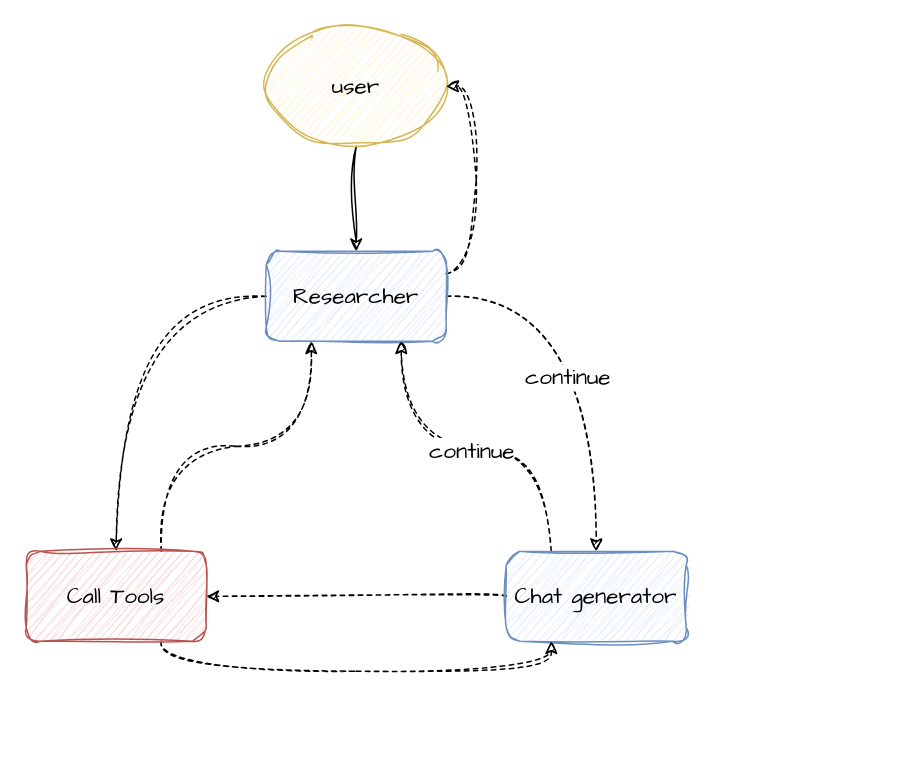
Earlier version of the draw.io diagram ai/agent_design.drawio (thebesteric/draw.io). Source tidied: cells renumbered, new cells numbered last; positions are measured from the earlier drawing's top-left corner, leaving out a move shared by most shapes. Both pictures are drawn from the tidied source at 150%, with x=0, y=0 at pixel (26, 26).
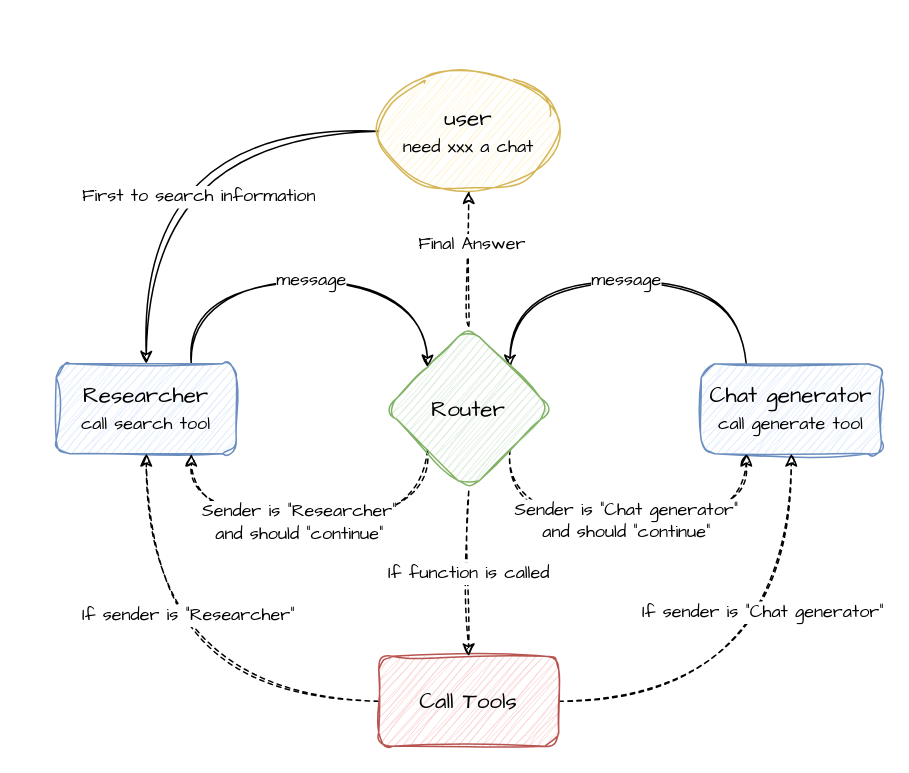
Above is the later version.

Diff of the diagram source:
```diff
@@
-    <mxCell id="2" style="edgeStyle=orthogonalEdgeStyle;rounded=0;jettySize=auto;html=1;curved=1;sketch=1;curveFitting=1;jiggle=2;" parent="1" edge="1" source="3" target="8">
-      <mxGeometry relative="1" as="geometry">
-        <Array as="points">
-          <mxPoint x="220" y="110" />
-          <mxPoint x="220" y="110" />
-        </Array>
-      </mxGeometry>
+    <mxCell id="2" style="edgeStyle=orthogonalEdgeStyle;rounded=0;jettySize=auto;html=1;exitX=0;exitY=0.5;exitDx=0;exitDy=0;entryX=0.5;entryY=0;entryDx=0;entryDy=0;fontFamily=Comic Sans MS;curved=1;sketch=1;curveFitting=1;jiggle=2;" parent="1" edge="1" source="3" target="8">
+      <mxGeometry relative="1" as="geometry" />
     </mxCell>
+    <mxCell id="16" value="First to search information" style="edgeLabel;html=1;align=center;verticalAlign=middle;fontFamily=Comic Sans MS;fontSize=12;" parent="2" vertex="1">
+      <mxGeometry x="0.28" y="34" relative="1" as="geometry" />
+    </mxCell>
-    <mxCell id="3" value="user" style="ellipse;whiteSpace=wrap;html=1;fontFamily=Comic Sans MS;fontSize=15;sketch=1;curveFitting=1;jiggle=2;fillColor=#fff2cc;strokeColor=#d6b656;" parent="1" vertex="1">
-      <mxGeometry x="160" width="120" height="80" as="geometry" />
+    <mxCell id="3" value="user&lt;div&gt;&lt;font style=&quot;font-size: 12px;&quot;&gt;need xxx a chat&lt;/font&gt;&lt;/div&gt;" style="ellipse;whiteSpace=wrap;html=1;fontFamily=Comic Sans MS;fontSize=15;sketch=1;curveFitting=1;jiggle=2;fillColor=#fff2cc;strokeColor=#d6b656;" parent="1" vertex="1">
+      <mxGeometry x="235" y="30" width="120" height="80" as="geometry" />
     </mxCell>
-    <mxCell id="4" style="edgeStyle=orthogonalEdgeStyle;rounded=0;jettySize=auto;html=1;curved=1;sketch=1;curveFitting=1;jiggle=2;dashed=1;" parent="1" edge="1" source="8" target="15">
-      <mxGeometry relative="1" as="geometry" />
-    </mxCell>
-    <mxCell id="5" style="edgeStyle=orthogonalEdgeStyle;rounded=0;jettySize=auto;html=1;dashed=1;sketch=1;curveFitting=1;jiggle=2;curved=1;" parent="1" edge="1" source="8" target="12">
-      <mxGeometry relative="1" as="geometry" />
-    </mxCell>
-    <mxCell id="6" value="continue" style="edgeLabel;html=1;align=center;verticalAlign=middle;fontFamily=Comic Sans MS;fontSize=15;" parent="5" vertex="1">
-      <mxGeometry x="0.13" y="-20" relative="1" as="geometry" />
-    </mxCell>
-    <mxCell id="7" style="edgeStyle=orthogonalEdgeStyle;rounded=0;jettySize=auto;html=1;exitX=1;exitY=0.25;exitDx=0;exitDy=0;entryX=1;entryY=0.5;entryDx=0;entryDy=0;sketch=1;curveFitting=1;jiggle=2;curved=1;dashed=1;" parent="1" edge="1" source="8" target="3">
-      <mxGeometry relative="1" as="geometry" />
-    </mxCell>
+    <mxCell id="17" value="message" style="edgeStyle=orthogonalEdgeStyle;rounded=0;jettySize=auto;html=1;exitX=0.75;exitY=0;exitDx=0;exitDy=0;entryX=0;entryY=0;entryDx=0;entryDy=0;curved=1;sketch=1;curveFitting=1;jiggle=2;fontFamily=Comic Sans MS;fontSize=12;" parent="1" edge="1" source="8" target="28">
+      <mxGeometry relative="1" as="geometry">
+        <Array as="points">
+          <mxPoint x="110" y="170" />
+          <mxPoint x="268" y="170" />
+        </Array>
+      </mxGeometry>
+    </mxCell>
-    <mxCell id="8" value="Researcher" style="rounded=1;whiteSpace=wrap;html=1;fontFamily=Comic Sans MS;fontSize=15;sketch=1;curveFitting=1;jiggle=2;fillColor=#dae8fc;strokeColor=#6c8ebf;" parent="1" vertex="1">
-      <mxGeometry x="160" y="150" width="120" height="60" as="geometry" />
+    <mxCell id="8" value="Researcher&lt;div&gt;&lt;font style=&quot;font-size: 12px;&quot;&gt;call search tool&lt;/font&gt;&lt;/div&gt;" style="rounded=1;whiteSpace=wrap;html=1;fontFamily=Comic Sans MS;fontSize=15;sketch=1;curveFitting=1;jiggle=2;fillColor=#dae8fc;strokeColor=#6c8ebf;" parent="1" vertex="1">
+      <mxGeometry x="20" y="225" width="120" height="60" as="geometry" />
     </mxCell>
-    <mxCell id="9" style="edgeStyle=orthogonalEdgeStyle;rounded=0;jettySize=auto;html=1;exitX=0.25;exitY=0;exitDx=0;exitDy=0;entryX=0.75;entryY=1;entryDx=0;entryDy=0;curved=1;dashed=1;sketch=1;curveFitting=1;jiggle=2;" parent="1" edge="1" source="12" target="8">
-      <mxGeometry relative="1" as="geometry" />
-    </mxCell>
-    <mxCell id="10" value="&lt;font style=&quot;font-size: 15px;&quot;&gt;continue&lt;/font&gt;" style="edgeLabel;html=1;align=center;verticalAlign=middle;fontFamily=Comic Sans MS;" parent="9" vertex="1">
-      <mxGeometry x="0.03" y="2" relative="1" as="geometry" />
-    </mxCell>
-    <mxCell id="11" style="edgeStyle=orthogonalEdgeStyle;rounded=0;jettySize=auto;html=1;entryX=1;entryY=0.5;entryDx=0;entryDy=0;dashed=1;sketch=1;curveFitting=1;jiggle=2;curved=1;" parent="1" edge="1" source="12" target="15">
-      <mxGeometry relative="1" as="geometry" />
-    </mxCell>
+    <mxCell id="18" value="message" style="edgeStyle=orthogonalEdgeStyle;rounded=0;jettySize=auto;html=1;exitX=0.25;exitY=0;exitDx=0;exitDy=0;entryX=1;entryY=0;entryDx=0;entryDy=0;curved=1;sketch=1;curveFitting=1;jiggle=2;fontFamily=Comic Sans MS;fontSize=12;" parent="1" edge="1" source="12" target="28">
+      <mxGeometry relative="1" as="geometry">
+        <Array as="points">
+          <mxPoint x="480" y="170" />
+          <mxPoint x="323" y="170" />
+        </Array>
+      </mxGeometry>
+    </mxCell>
-    <mxCell id="12" value="Chat generator" style="rounded=1;whiteSpace=wrap;html=1;fontFamily=Comic Sans MS;fontSize=15;sketch=1;curveFitting=1;jiggle=2;fillColor=#dae8fc;strokeColor=#6c8ebf;" parent="1" vertex="1">
-      <mxGeometry x="320" y="350" width="120" height="60" as="geometry" />
+    <mxCell id="12" value="Chat generator&lt;div&gt;&lt;font style=&quot;font-size: 12px;&quot;&gt;call generate tool&lt;/font&gt;&lt;/div&gt;" style="rounded=1;whiteSpace=wrap;html=1;fontFamily=Comic Sans MS;fontSize=15;sketch=1;curveFitting=1;jiggle=2;fillColor=#dae8fc;strokeColor=#6c8ebf;" parent="1" vertex="1">
+      <mxGeometry x="450" y="225" width="120" height="60" as="geometry" />
     </mxCell>
-    <mxCell id="13" style="edgeStyle=orthogonalEdgeStyle;rounded=0;jettySize=auto;html=1;exitX=0.75;exitY=0;exitDx=0;exitDy=0;entryX=0.25;entryY=1;entryDx=0;entryDy=0;curved=1;sketch=1;curveFitting=1;jiggle=2;dashed=1;" parent="1" edge="1" source="15" target="8">
+    <mxCell id="13" style="edgeStyle=orthogonalEdgeStyle;rounded=0;jettySize=auto;html=1;exitX=0;exitY=0.5;exitDx=0;exitDy=0;entryX=0.5;entryY=1;entryDx=0;entryDy=0;curved=1;dashed=1;sketch=1;curveFitting=1;jiggle=2;" parent="1" edge="1" source="15" target="8">
       <mxGeometry relative="1" as="geometry" />
     </mxCell>
+    <mxCell id="19" value="If sender is &quot;Researcher&quot;" style="edgeLabel;html=1;align=center;verticalAlign=middle;fontSize=12;fontFamily=Comic Sans MS;" parent="13" vertex="1">
+      <mxGeometry x="0.33" y="-27" relative="1" as="geometry" />
+    </mxCell>
-    <mxCell id="14" style="edgeStyle=orthogonalEdgeStyle;rounded=0;jettySize=auto;html=1;exitX=0.75;exitY=1;exitDx=0;exitDy=0;entryX=0.25;entryY=1;entryDx=0;entryDy=0;dashed=1;sketch=1;curveFitting=1;jiggle=2;curved=1;" parent="1" edge="1" source="15" target="12">
+    <mxCell id="14" style="edgeStyle=orthogonalEdgeStyle;rounded=0;jettySize=auto;html=1;exitX=1;exitY=0.5;exitDx=0;exitDy=0;curved=1;dashed=1;sketch=1;curveFitting=1;jiggle=2;" parent="1" edge="1" source="15" target="12">
       <mxGeometry relative="1" as="geometry" />
     </mxCell>
+    <mxCell id="20" value="If sender is &quot;Chat generator&quot;" style="edgeLabel;html=1;align=center;verticalAlign=middle;fontSize=12;fontFamily=Comic Sans MS;" parent="14" vertex="1">
+      <mxGeometry x="0.38" y="20" relative="1" as="geometry">
+        <mxPoint y="6" as="offset" />
+      </mxGeometry>
+    </mxCell>
     <mxCell id="15" value="Call Tools" style="rounded=1;whiteSpace=wrap;html=1;fontFamily=Comic Sans MS;fontSize=15;sketch=1;curveFitting=1;jiggle=2;fillColor=#f8cecc;strokeColor=#b85450;" parent="1" vertex="1">
-      <mxGeometry y="350" width="120" height="60" as="geometry" />
+      <mxGeometry x="235" y="420" width="120" height="60" as="geometry" />
     </mxCell>
+    <mxCell id="21" style="edgeStyle=orthogonalEdgeStyle;rounded=0;jettySize=auto;html=1;exitX=0;exitY=1;exitDx=0;exitDy=0;entryX=0.75;entryY=1;entryDx=0;entryDy=0;fontFamily=Comic Sans MS;curved=1;dashed=1;sketch=1;curveFitting=1;jiggle=2;" parent="1" edge="1" source="28" target="8">
+      <mxGeometry relative="1" as="geometry">
+        <Array as="points">
+          <mxPoint x="268" y="330" />
+          <mxPoint x="110" y="330" />
+        </Array>
+      </mxGeometry>
+    </mxCell>
+    <mxCell id="22" value="Sender is &quot;Researcher&quot;&lt;div&gt;and should &quot;continue&quot;&lt;/div&gt;" style="edgeLabel;html=1;align=center;verticalAlign=middle;fontSize=12;fontFamily=Comic Sans MS;" parent="21" vertex="1">
+      <mxGeometry x="0.07" relative="1" as="geometry" />
+    </mxCell>
+    <mxCell id="23" value="If function is called" style="edgeStyle=orthogonalEdgeStyle;rounded=0;jettySize=auto;html=1;curved=1;dashed=1;sketch=1;curveFitting=1;jiggle=2;fontSize=12;fontFamily=Comic Sans MS;" parent="1" edge="1" source="28" target="15">
+      <mxGeometry relative="1" as="geometry">
+        <Array as="points">
+          <mxPoint x="295" y="360" />
+          <mxPoint x="295" y="360" />
+        </Array>
+      </mxGeometry>
+    </mxCell>
+    <mxCell id="24" value="&lt;span style=&quot;font-family: &amp;quot;Comic Sans MS&amp;quot;; font-size: 12px;&quot;&gt;Sender is &quot;Chat generator&quot;&lt;/span&gt;&lt;div style=&quot;font-family: &amp;quot;Comic Sans MS&amp;quot;; font-size: 12px;&quot;&gt;and should &quot;continue&quot;&lt;/div&gt;" style="edgeStyle=orthogonalEdgeStyle;rounded=0;jettySize=auto;html=1;exitX=1;exitY=1;exitDx=0;exitDy=0;entryX=0.25;entryY=1;entryDx=0;entryDy=0;curved=1;sketch=1;curveFitting=1;jiggle=2;dashed=1;" parent="1" edge="1" source="28" target="12">
+      <mxGeometry relative="1" as="geometry">
+        <Array as="points">
+          <mxPoint x="323" y="330" />
+          <mxPoint x="480" y="330" />
+        </Array>
+      </mxGeometry>
+    </mxCell>
+    <mxCell id="25" style="edgeLabel;html=1;align=center;verticalAlign=middle;" parent="24" vertex="1">
+      <mxGeometry x="0.02" relative="1" as="geometry" />
+    </mxCell>
+    <mxCell id="26" style="edgeStyle=orthogonalEdgeStyle;rounded=0;jettySize=auto;html=1;exitX=0.5;exitY=0;exitDx=0;exitDy=0;dashed=1;curved=1;sketch=1;curveFitting=1;jiggle=2;" parent="1" edge="1" source="28" target="3">
+      <mxGeometry relative="1" as="geometry" />
+    </mxCell>
+    <mxCell id="27" value="Final Answer" style="edgeLabel;html=1;align=center;verticalAlign=middle;fontSize=12;fontFamily=Comic Sans MS;" parent="26" vertex="1">
+      <mxGeometry x="0.22" y="-1" relative="1" as="geometry" />
+    </mxCell>
+    <mxCell id="28" value="Router" style="rhombus;whiteSpace=wrap;html=1;rounded=1;fillColor=#d5e8d4;strokeColor=#82b366;sketch=1;curveFitting=1;jiggle=2;fontFamily=Comic Sans MS;fontSize=15;" parent="1" vertex="1">
+      <mxGeometry x="240" y="200" width="110" height="110" as="geometry" />
+    </mxCell>
```
